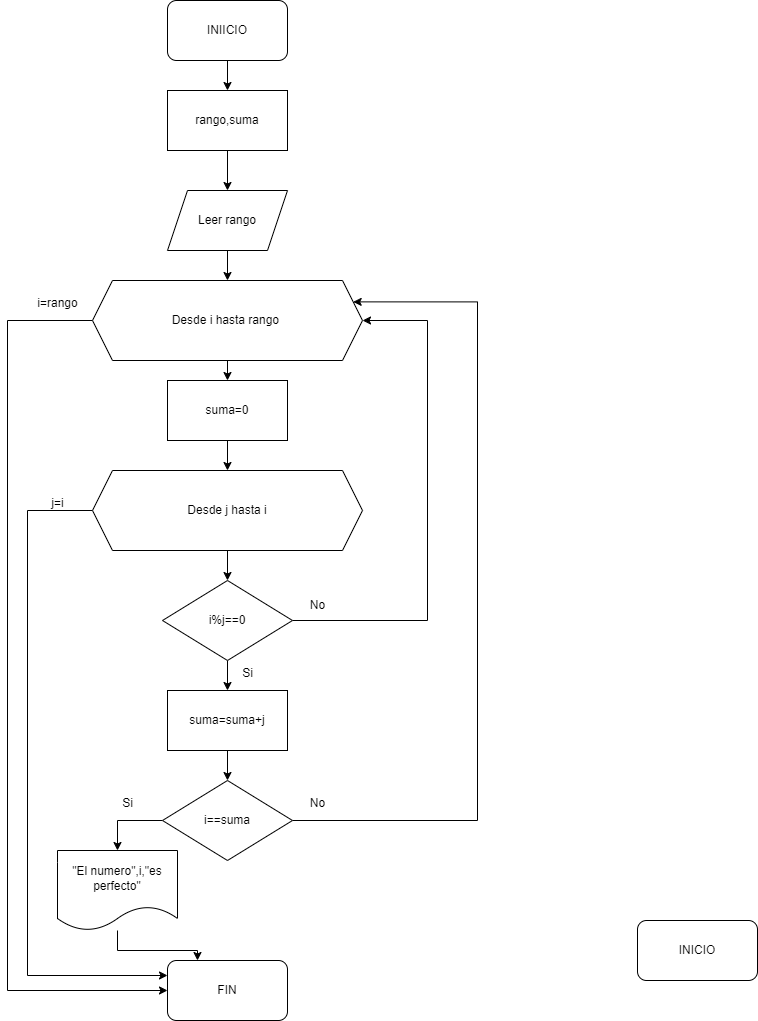
This is Unidad-1/Tareas/tarea3/images/diagrama_tarea3.drawio.png from Oliperezp/OliverPP_PRO2023, a draw.io export, as it was before one commit. Source tidied: cells renumbered, new cells last; positions are measured from the earlier drawing's top-left corner, leaving out a move shared by most shapes. Source of this version:
```xml
<mxGraphModel>
  <root>
    <mxCell id="0" />
    <mxCell id="1" parent="0" />
    <mxCell id="2" value="INICIO" style="rounded=1;whiteSpace=wrap;html=1;" parent="1" vertex="1">
      <mxGeometry x="630" y="920" width="120" height="60" as="geometry" />
    </mxCell>
    <mxCell id="3" style="edgeStyle=orthogonalEdgeStyle;rounded=0;jettySize=auto;html=1;exitX=0.5;exitY=1;exitDx=0;exitDy=0;entryX=0.5;entryY=0;entryDx=0;entryDy=0;" parent="1" edge="1" source="4" target="8">
      <mxGeometry relative="1" as="geometry" />
    </mxCell>
    <mxCell id="4" value="rango,suma" style="rounded=0;whiteSpace=wrap;html=1;" parent="1" vertex="1">
      <mxGeometry x="160" y="90" width="120" height="60" as="geometry" />
    </mxCell>
    <mxCell id="5" style="edgeStyle=orthogonalEdgeStyle;rounded=0;jettySize=auto;html=1;exitX=0.5;exitY=1;exitDx=0;exitDy=0;entryX=0.5;entryY=0;entryDx=0;entryDy=0;" parent="1" edge="1" source="6" target="4">
      <mxGeometry relative="1" as="geometry" />
    </mxCell>
    <mxCell id="6" value="INIICIO" style="rounded=1;whiteSpace=wrap;html=1;" parent="1" vertex="1">
      <mxGeometry x="160" width="120" height="60" as="geometry" />
    </mxCell>
    <mxCell id="7" style="edgeStyle=orthogonalEdgeStyle;rounded=0;jettySize=auto;html=1;exitX=0.5;exitY=1;exitDx=0;exitDy=0;entryX=0.5;entryY=0;entryDx=0;entryDy=0;" parent="1" edge="1" source="8" target="11">
      <mxGeometry relative="1" as="geometry" />
    </mxCell>
    <mxCell id="8" value="Leer rango" style="shape=parallelogram;perimeter=parallelogramPerimeter;whiteSpace=wrap;html=1;fixedSize=1;" parent="1" vertex="1">
      <mxGeometry x="160" y="190" width="120" height="60" as="geometry" />
    </mxCell>
    <mxCell id="9" style="edgeStyle=orthogonalEdgeStyle;rounded=0;jettySize=auto;html=1;exitX=0.5;exitY=1;exitDx=0;exitDy=0;entryX=0.5;entryY=0;entryDx=0;entryDy=0;" parent="1" edge="1" source="11" target="13">
      <mxGeometry relative="1" as="geometry" />
    </mxCell>
    <mxCell id="10" style="edgeStyle=orthogonalEdgeStyle;rounded=0;jettySize=auto;html=1;exitX=0;exitY=0.5;exitDx=0;exitDy=0;entryX=0;entryY=0.5;entryDx=0;entryDy=0;" parent="1" edge="1" source="11" target="24">
      <mxGeometry relative="1" as="geometry">
        <Array as="points">
          <mxPoint y="320" />
          <mxPoint y="990" />
        </Array>
      </mxGeometry>
    </mxCell>
    <mxCell id="11" value="Desde i hasta rango&amp;nbsp;" style="shape=hexagon;perimeter=hexagonPerimeter2;whiteSpace=wrap;html=1;fixedSize=1;" parent="1" vertex="1">
      <mxGeometry x="85" y="280" width="270" height="80" as="geometry" />
    </mxCell>
    <mxCell id="12" style="edgeStyle=orthogonalEdgeStyle;rounded=0;jettySize=auto;html=1;exitX=0.5;exitY=1;exitDx=0;exitDy=0;entryX=0.5;entryY=0;entryDx=0;entryDy=0;" parent="1" edge="1" source="13" target="16">
      <mxGeometry relative="1" as="geometry" />
    </mxCell>
    <mxCell id="13" value="suma=0" style="rounded=0;whiteSpace=wrap;html=1;" parent="1" vertex="1">
      <mxGeometry x="160" y="380" width="120" height="60" as="geometry" />
    </mxCell>
    <mxCell id="14" style="edgeStyle=orthogonalEdgeStyle;rounded=0;jettySize=auto;html=1;exitX=0.5;exitY=1;exitDx=0;exitDy=0;entryX=0.5;entryY=0;entryDx=0;entryDy=0;" parent="1" edge="1" source="16" target="19">
      <mxGeometry relative="1" as="geometry" />
    </mxCell>
    <mxCell id="15" style="edgeStyle=orthogonalEdgeStyle;rounded=0;jettySize=auto;html=1;exitX=0;exitY=0.5;exitDx=0;exitDy=0;entryX=0;entryY=0.25;entryDx=0;entryDy=0;" parent="1" edge="1" source="16" target="24">
      <mxGeometry relative="1" as="geometry">
        <Array as="points">
          <mxPoint x="20" y="510" />
          <mxPoint x="20" y="975" />
        </Array>
      </mxGeometry>
    </mxCell>
    <mxCell id="16" value="Desde j hasta i" style="shape=hexagon;perimeter=hexagonPerimeter2;whiteSpace=wrap;html=1;fixedSize=1;" parent="1" vertex="1">
      <mxGeometry x="85" y="470" width="270" height="80" as="geometry" />
    </mxCell>
    <mxCell id="17" style="edgeStyle=orthogonalEdgeStyle;rounded=0;jettySize=auto;html=1;exitX=0.5;exitY=1;exitDx=0;exitDy=0;entryX=0.5;entryY=0;entryDx=0;entryDy=0;" parent="1" edge="1" source="19" target="21">
      <mxGeometry relative="1" as="geometry" />
    </mxCell>
    <mxCell id="18" style="edgeStyle=orthogonalEdgeStyle;rounded=0;jettySize=auto;html=1;exitX=1;exitY=0.5;exitDx=0;exitDy=0;entryX=1;entryY=0.5;entryDx=0;entryDy=0;" parent="1" edge="1" source="19" target="11">
      <mxGeometry relative="1" as="geometry">
        <Array as="points">
          <mxPoint x="420" y="620" />
          <mxPoint x="420" y="320" />
        </Array>
      </mxGeometry>
    </mxCell>
    <mxCell id="19" value="i%j==0" style="rhombus;whiteSpace=wrap;html=1;" parent="1" vertex="1">
      <mxGeometry x="155" y="580" width="130" height="80" as="geometry" />
    </mxCell>
    <mxCell id="20" style="edgeStyle=orthogonalEdgeStyle;rounded=0;jettySize=auto;html=1;exitX=0.5;exitY=1;exitDx=0;exitDy=0;" parent="1" edge="1" source="21" target="27">
      <mxGeometry relative="1" as="geometry" />
    </mxCell>
    <mxCell id="21" value="suma=suma+j" style="rounded=0;whiteSpace=wrap;html=1;" parent="1" vertex="1">
      <mxGeometry x="160" y="690" width="120" height="60" as="geometry" />
    </mxCell>
    <mxCell id="22" value="Si" style="text;html=1;align=center;verticalAlign=middle;strokeColor=none;fillColor=none;" parent="1" vertex="1">
      <mxGeometry x="225" y="658" width="30" height="30" as="geometry" />
    </mxCell>
    <mxCell id="23" value="No" style="text;html=1;align=center;verticalAlign=middle;strokeColor=none;fillColor=none;" parent="1" vertex="1">
      <mxGeometry x="290" y="590" width="40" height="30" as="geometry" />
    </mxCell>
    <mxCell id="24" value="FIN" style="rounded=1;whiteSpace=wrap;html=1;" parent="1" vertex="1">
      <mxGeometry x="160" y="960" width="120" height="60" as="geometry" />
    </mxCell>
    <mxCell id="25" style="edgeStyle=orthogonalEdgeStyle;rounded=0;jettySize=auto;html=1;exitX=0;exitY=0.5;exitDx=0;exitDy=0;entryX=0.5;entryY=0;entryDx=0;entryDy=0;" parent="1" edge="1" source="27" target="29">
      <mxGeometry relative="1" as="geometry" />
    </mxCell>
    <mxCell id="26" style="edgeStyle=orthogonalEdgeStyle;rounded=0;jettySize=auto;html=1;exitX=1;exitY=0.5;exitDx=0;exitDy=0;entryX=1;entryY=0.25;entryDx=0;entryDy=0;" parent="1" edge="1" source="27" target="11">
      <mxGeometry relative="1" as="geometry">
        <Array as="points">
          <mxPoint x="470" y="820" />
          <mxPoint x="470" y="301" />
        </Array>
      </mxGeometry>
    </mxCell>
    <mxCell id="27" value="i==suma" style="rhombus;whiteSpace=wrap;html=1;" parent="1" vertex="1">
      <mxGeometry x="155" y="780" width="130" height="80" as="geometry" />
    </mxCell>
    <mxCell id="28" style="edgeStyle=orthogonalEdgeStyle;rounded=0;jettySize=auto;html=1;entryX=0.25;entryY=0;entryDx=0;entryDy=0;" parent="1" edge="1" source="29" target="24">
      <mxGeometry relative="1" as="geometry" />
    </mxCell>
    <mxCell id="29" value="&quot;El numero&quot;,i,&quot;es perfecto&quot;" style="shape=document;whiteSpace=wrap;html=1;boundedLbl=1;" parent="1" vertex="1">
      <mxGeometry x="50" y="850" width="120" height="80" as="geometry" />
    </mxCell>
    <mxCell id="30" value="i=rango" style="text;html=1;align=center;verticalAlign=middle;strokeColor=none;fillColor=none;" parent="1" vertex="1">
      <mxGeometry x="20" y="288" width="60" height="30" as="geometry" />
    </mxCell>
    <mxCell id="31" value="j=i" style="text;html=1;align=center;verticalAlign=middle;strokeColor=none;fillColor=none;" parent="1" vertex="1">
      <mxGeometry x="30" y="488" width="40" height="30" as="geometry" />
    </mxCell>
    <mxCell id="32" value="Si" style="text;html=1;align=center;verticalAlign=middle;strokeColor=none;fillColor=none;" parent="1" vertex="1">
      <mxGeometry x="105" y="788" width="30" height="30" as="geometry" />
    </mxCell>
    <mxCell id="33" value="No" style="text;html=1;align=center;verticalAlign=middle;strokeColor=none;fillColor=none;" parent="1" vertex="1">
      <mxGeometry x="290" y="788" width="40" height="30" as="geometry" />
    </mxCell>
  </root>
</mxGraphModel>
```
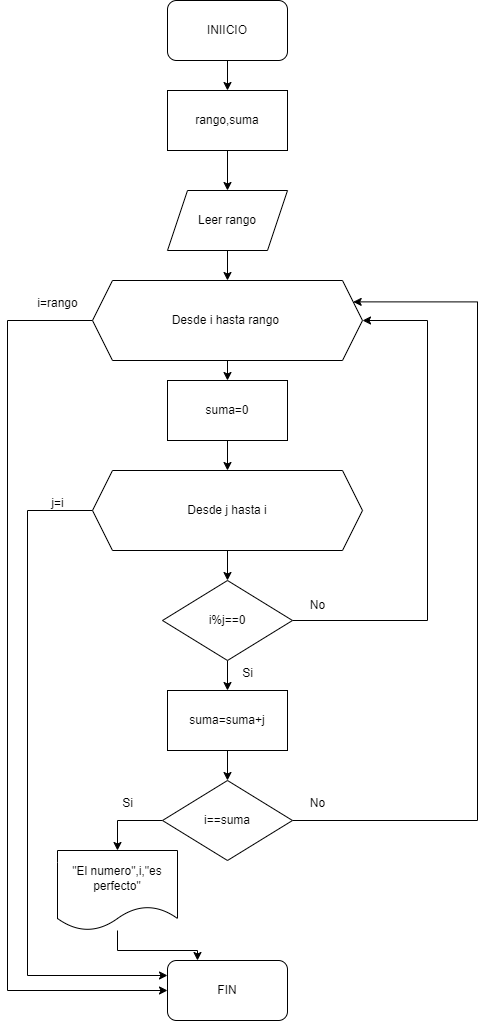
The same diagram one commit later.

Diff of the diagram source:
```diff
@@ -2,9 +2,6 @@
   <root>
     <mxCell id="0" />
     <mxCell id="1" parent="0" />
-    <mxCell id="2" value="INICIO" style="rounded=1;whiteSpace=wrap;html=1;" parent="1" vertex="1">
-      <mxGeometry x="630" y="920" width="120" height="60" as="geometry" />
-    </mxCell>
     <mxCell id="3" style="edgeStyle=orthogonalEdgeStyle;rounded=0;jettySize=auto;html=1;exitX=0.5;exitY=1;exitDx=0;exitDy=0;entryX=0.5;entryY=0;entryDx=0;entryDy=0;" parent="1" edge="1" source="4" target="8">
       <mxGeometry relative="1" as="geometry" />
     </mxCell>
```
